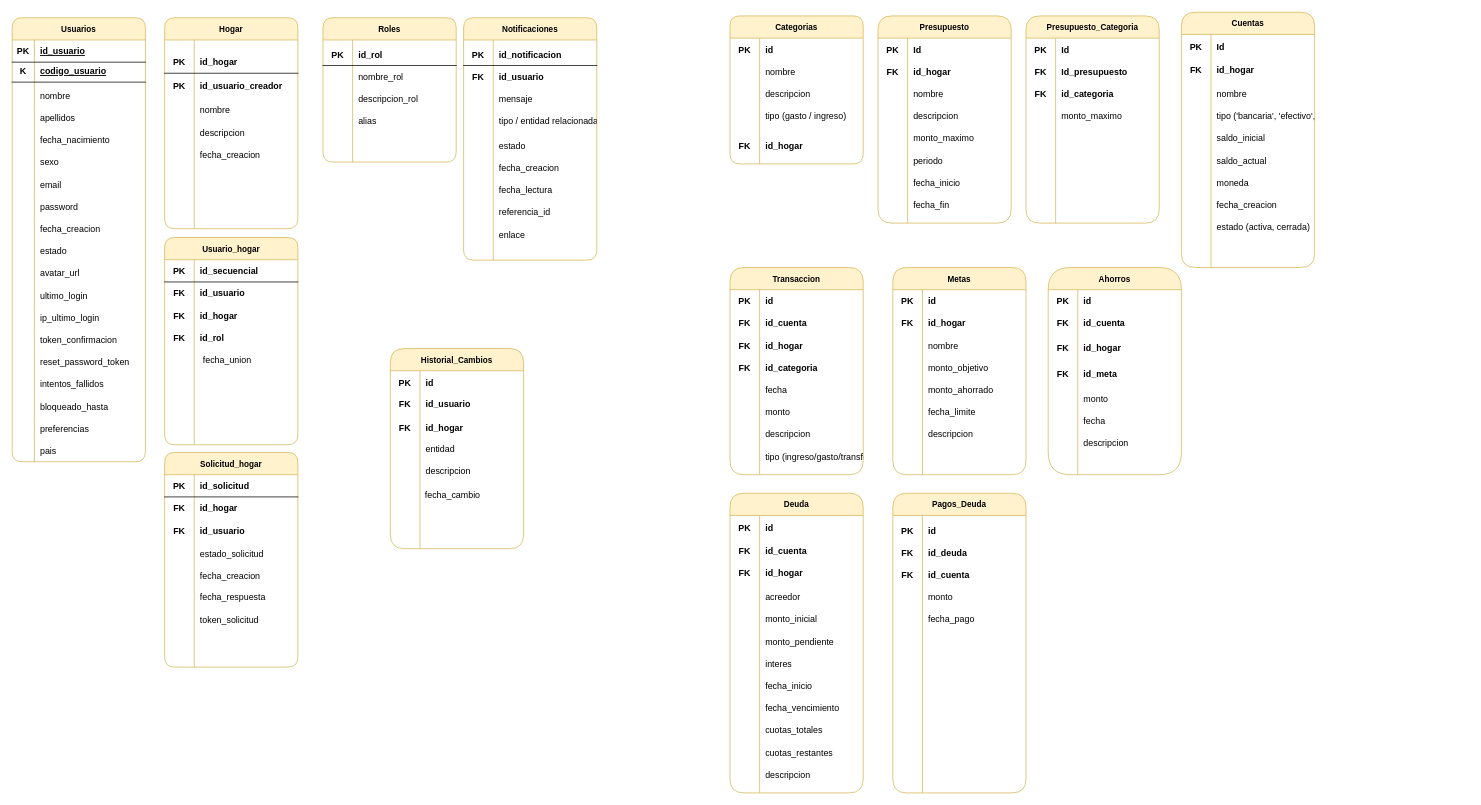
Above: page "DataBase Entities" (2 of 4) of Diagramas/FinanzasHogar.drawio in Eifhen/FinanzasHogar (draw.io), before the change. Source tidied: cells renumbered, new cells numbered last; positions are measured from the earlier drawing's top-left corner, leaving out a move shared by most shapes. Both pictures are drawn from the tidied source at 74%, with x=0, y=0 at pixel (12, 12).
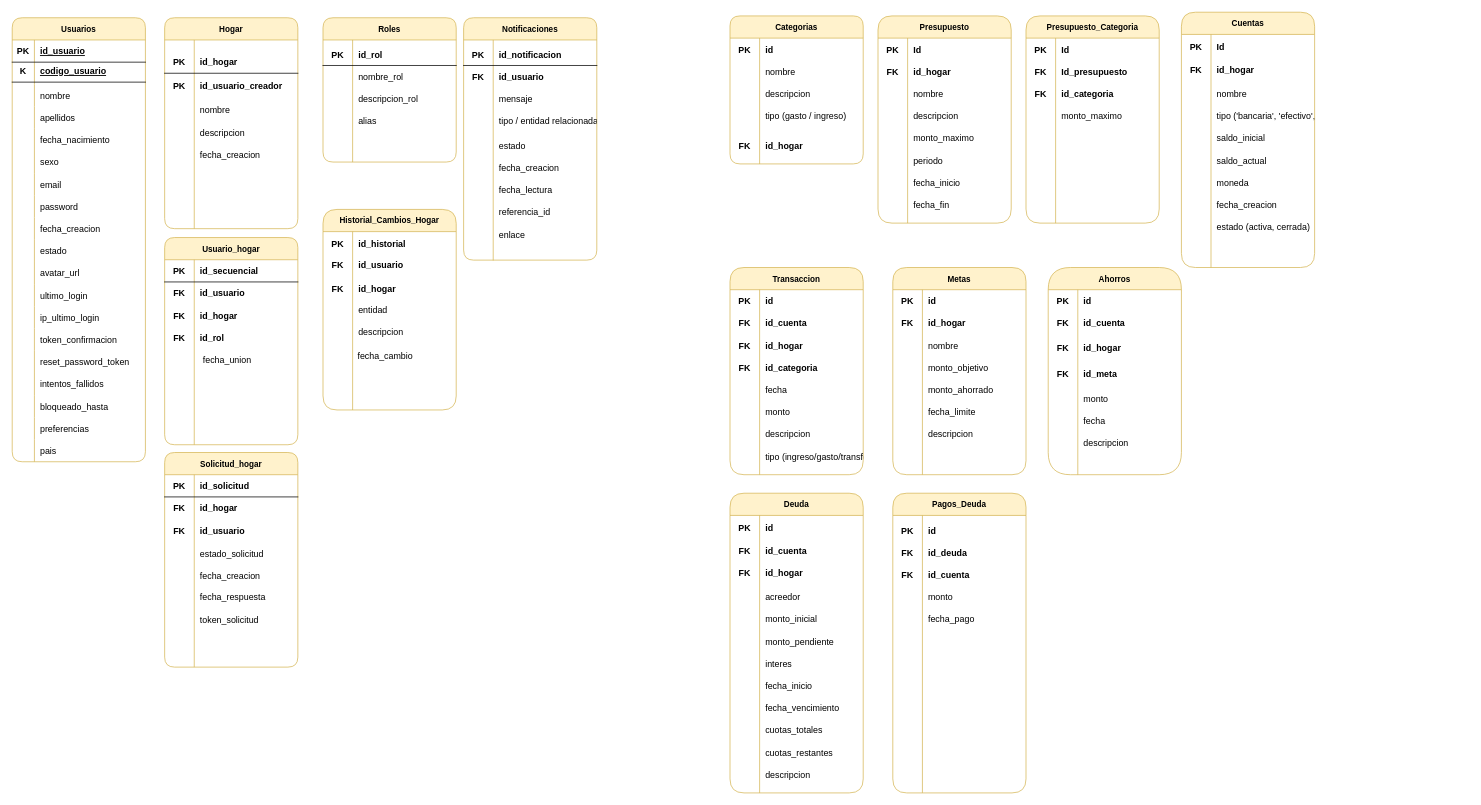
The same page after the edit.

Change to the diagram source:
```diff
@@
-    <mxCell id="379" value="Historial_Cambios" style="shape=table;startSize=30;childLayout=tableLayout;rowLines=0;fontStyle=1;strokeColor=#d6b656;fontSize=11;rounded=1;fillColor=#fff2cc;arcSize=21;" parent="1" vertex="1">
-      <mxGeometry x="511" y="454.5" width="180" height="270.5" as="geometry" />
+    <mxCell id="379" value="Historial_Cambios_Hogar" style="shape=table;startSize=30;childLayout=tableLayout;rowLines=0;fontStyle=1;strokeColor=#d6b656;fontSize=11;rounded=1;fillColor=#fff2cc;arcSize=21;" parent="1" vertex="1">
+      <mxGeometry x="420" y="266.5" width="180" height="271" as="geometry" />
     </mxCell>
@@
     <mxCell id="383" style="shape=partialRectangle;fillColor=none;top=0;left=0;bottom=0;right=0;" parent="1" vertex="1">
-      <mxGeometry x="511" y="485.5" width="180" height="30" as="geometry" />
+      <mxGeometry x="420" y="297.5" width="180" height="30" as="geometry" />
     </mxCell>
@@
-    <mxCell id="385" value="id" style="shape=partialRectangle;fillColor=none;top=0;left=0;bottom=0;right=0;align=left;spacingLeft=6;overflow=hidden;fontStyle=1;" parent="383" vertex="1">
+    <mxCell id="385" value="id_historial" style="shape=partialRectangle;fillColor=none;top=0;left=0;bottom=0;right=0;align=left;spacingLeft=6;overflow=hidden;fontStyle=1;" parent="383" vertex="1">
       <mxGeometry x="40" width="140" height="30" as="geometry" />
     </mxCell>
     <mxCell id="386" style="shape=partialRectangle;fillColor=none;top=0;left=0;bottom=0;right=0;" parent="1" vertex="1">
-      <mxGeometry x="511" y="514.5" width="180" height="30" as="geometry" />
+      <mxGeometry x="420" y="326.5" width="180" height="30" as="geometry" />
     </mxCell>
@@
     <mxCell id="389" style="shape=partialRectangle;fillColor=none;top=0;left=0;bottom=0;right=0;" parent="1" vertex="1">
-      <mxGeometry x="511" y="546.5" width="180" height="30" as="geometry" />
+      <mxGeometry x="420" y="358.5" width="180" height="30" as="geometry" />
     </mxCell>
@@
     <mxCell id="392" style="shape=partialRectangle;fillColor=none;top=0;left=0;bottom=0;right=0;" parent="1" vertex="1">
-      <mxGeometry x="511" y="574.5" width="180" height="30" as="geometry" />
+      <mxGeometry x="420" y="386.5" width="180" height="30" as="geometry" />
     </mxCell>
@@
     <mxCell id="395" style="shape=partialRectangle;fillColor=none;top=0;left=0;bottom=0;right=0;" parent="1" vertex="1">
-      <mxGeometry x="511" y="604.5" width="180" height="30" as="geometry" />
+      <mxGeometry x="420" y="416.5" width="180" height="30" as="geometry" />
     </mxCell>
@@
     <mxCell id="398" style="shape=partialRectangle;fillColor=none;top=0;left=0;bottom=0;right=0;" parent="1" vertex="1">
-      <mxGeometry x="510" y="637.5" width="180" height="30" as="geometry" />
+      <mxGeometry x="419" y="449.5" width="180" height="30" as="geometry" />
     </mxCell>
```
